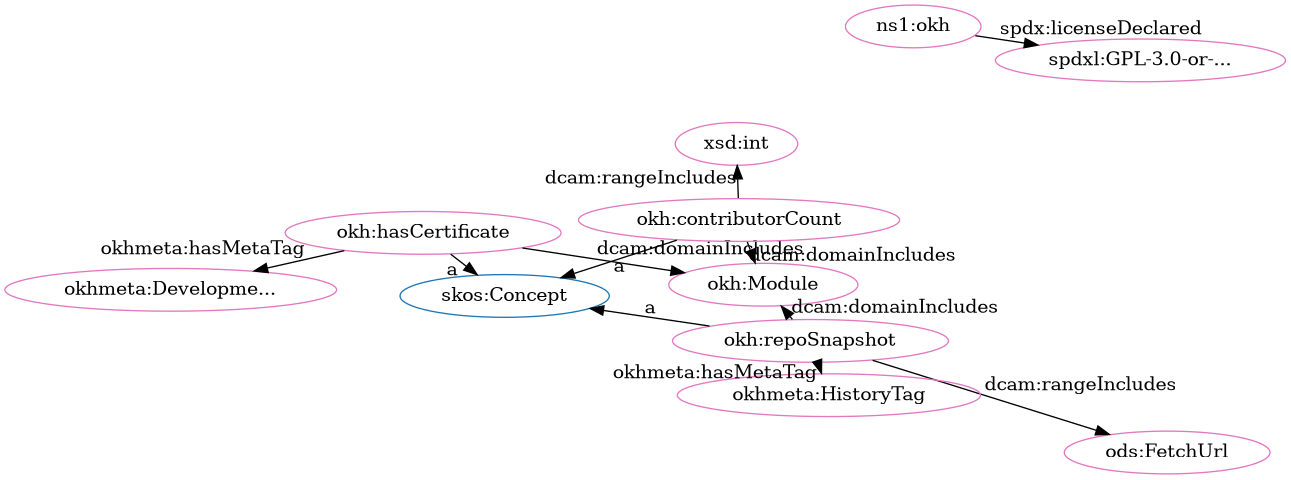
Above: src/spec/dot_okh_proposed-clean.png in iop-alliance/OpenKnowHow (Graphviz), before the change. Its source is kept beside it as src/spec/dot_okh_proposed-clean.dot.
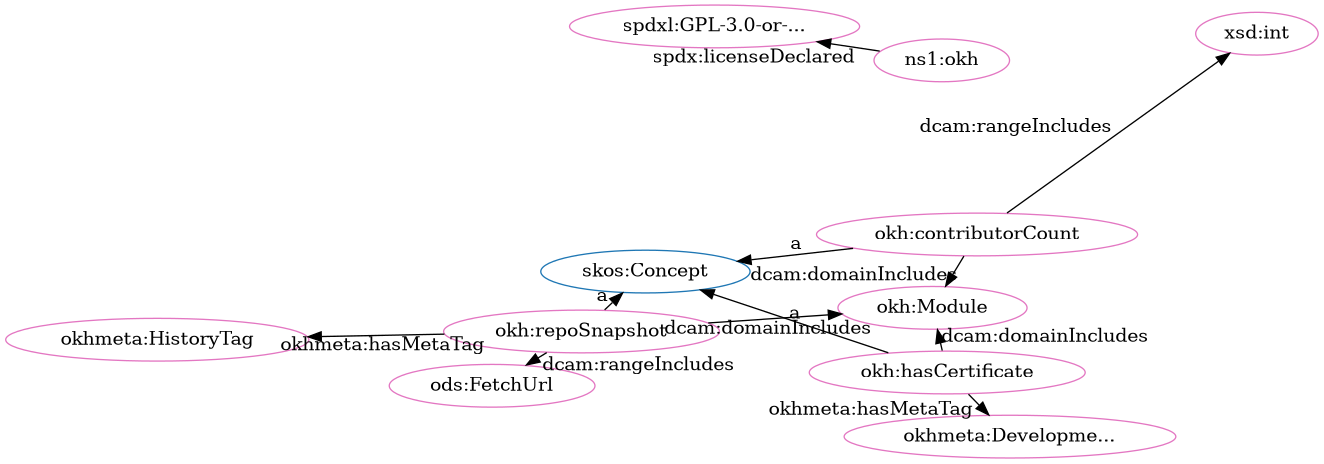
The same file after the commit.

Change to the diagram source:
```diff
@@ -2,25 +2,25 @@
   rankdir=BT
   node[height=.3]
 "http://www.w3.org/2004/02/skos/core#Concept" [fillcolor="#1f77b4" color="#1f77b4" label="skos:Concept"]
+"http://w3id.org/oseg/ont/okh#hasCertificate" [fillcolor="#e377c2" color="#e377c2" label="okh:hasCertificate"]
+"http://w3id.org/oseg/ont/okh#Module" [fillcolor="#e377c2" color="#e377c2" label="okh:Module"]
+"http://spdx.org/licenses/GPL-3.0-or-later" [fillcolor="#e377c2" color="#e377c2" label="spdxl:GPL-3.0-or-..."]
 "http://w3id.org/oseg/ont/okh" [fillcolor="#e377c2" color="#e377c2" label="ns1:okh"]
+"http://w3id.org/oseg/ont/okh#contributorCount" [fillcolor="#e377c2" color="#e377c2" label="okh:contributorCount"]
+"http://w3id.org/oseg/ont/okh#repoSnapshot" [fillcolor="#e377c2" color="#e377c2" label="okh:repoSnapshot"]
+"http://w3id.org/oseg/ont/okhmeta#HistoryTag" [fillcolor="#e377c2" color="#e377c2" label="okhmeta:HistoryTag"]
+"http://w3id.org/oseg/ont/ods#FetchUrl" [fillcolor="#e377c2" color="#e377c2" label="ods:FetchUrl"]
 "http://www.w3.org/2001/XMLSchema#int" [fillcolor="#e377c2" color="#e377c2" label="xsd:int"]
-"http://w3id.org/oseg/ont/okh#hasCertificate" [fillcolor="#e377c2" color="#e377c2" label="okh:hasCertificate"]
-"http://spdx.org/licenses/GPL-3.0-or-later" [fillcolor="#e377c2" color="#e377c2" label="spdxl:GPL-3.0-or-..."]
-"http://w3id.org/oseg/ont/okh#repoSnapshot" [fillcolor="#e377c2" color="#e377c2" label="okh:repoSnapshot"]
-"http://w3id.org/oseg/ont/okh#Module" [fillcolor="#e377c2" color="#e377c2" label="okh:Module"]
-"http://w3id.org/oseg/ont/okh#contributorCount" [fillcolor="#e377c2" color="#e377c2" label="okh:contributorCount"]
-"http://w3id.org/oseg/ont/ods#FetchUrl" [fillcolor="#e377c2" color="#e377c2" label="ods:FetchUrl"]
-"http://w3id.org/oseg/ont/okhmeta#HistoryTag" [fillcolor="#e377c2" color="#e377c2" label="okhmeta:HistoryTag"]
 "http://w3id.org/oseg/ont/okhmeta#DevelopmentTag" [fillcolor="#e377c2" color="#e377c2" label="okhmeta:Developme..."]
+  "http://w3id.org/oseg/ont/okh#hasCertificate" -> "http://www.w3.org/2004/02/skos/core#Concept" [label="a"]
+  "http://w3id.org/oseg/ont/okh#contributorCount" -> "http://w3id.org/oseg/ont/okh#Module" [label="dcam:domainIncludes"]
+  "http://w3id.org/oseg/ont/okh#repoSnapshot" -> "http://w3id.org/oseg/ont/okh#Module" [label="dcam:domainIncludes"]
+  "http://w3id.org/oseg/ont/okh" -> "http://spdx.org/licenses/GPL-3.0-or-later" [label="spdx:licenseDeclared"]
+  "http://w3id.org/oseg/ont/okh#repoSnapshot" -> "http://w3id.org/oseg/ont/okhmeta#HistoryTag" [label="okhmeta:hasMetaTag"]
+  "http://w3id.org/oseg/ont/okh#repoSnapshot" -> "http://www.w3.org/2004/02/skos/core#Concept" [label="a"]
+  "http://w3id.org/oseg/ont/okh#contributorCount" -> "http://www.w3.org/2004/02/skos/core#Concept" [label="a"]
+  "http://w3id.org/oseg/ont/okh#hasCertificate" -> "http://w3id.org/oseg/ont/okh#Module" [label="dcam:domainIncludes"]
+  "http://w3id.org/oseg/ont/okh#repoSnapshot" -> "http://w3id.org/oseg/ont/ods#FetchUrl" [label="dcam:rangeIncludes"]
   "http://w3id.org/oseg/ont/okh#contributorCount" -> "http://www.w3.org/2001/XMLSchema#int" [label="dcam:rangeIncludes"]
-  "http://w3id.org/oseg/ont/okh#contributorCount" -> "http://www.w3.org/2004/02/skos/core#Concept" [label="a"]
-  "http://w3id.org/oseg/ont/okh#repoSnapshot" -> "http://w3id.org/oseg/ont/ods#FetchUrl" [label="dcam:rangeIncludes"]
-  "http://w3id.org/oseg/ont/okh#contributorCount" -> "http://w3id.org/oseg/ont/okh#Module" [label="dcam:domainIncludes"]
   "http://w3id.org/oseg/ont/okh#hasCertificate" -> "http://w3id.org/oseg/ont/okhmeta#DevelopmentTag" [label="okhmeta:hasMetaTag"]
-  "http://w3id.org/oseg/ont/okh" -> "http://spdx.org/licenses/GPL-3.0-or-later" [label="spdx:licenseDeclared"]
-  "http://w3id.org/oseg/ont/okh#repoSnapshot" -> "http://www.w3.org/2004/02/skos/core#Concept" [label="a"]
-  "http://w3id.org/oseg/ont/okh#repoSnapshot" -> "http://w3id.org/oseg/ont/okh#Module" [label="dcam:domainIncludes"]
-  "http://w3id.org/oseg/ont/okh#repoSnapshot" -> "http://w3id.org/oseg/ont/okhmeta#HistoryTag" [label="okhmeta:hasMetaTag"]
-  "http://w3id.org/oseg/ont/okh#hasCertificate" -> "http://w3id.org/oseg/ont/okh#Module" [label="dcam:domainIncludes"]
-  "http://w3id.org/oseg/ont/okh#hasCertificate" -> "http://www.w3.org/2004/02/skos/core#Concept" [label="a"]
 }
```
